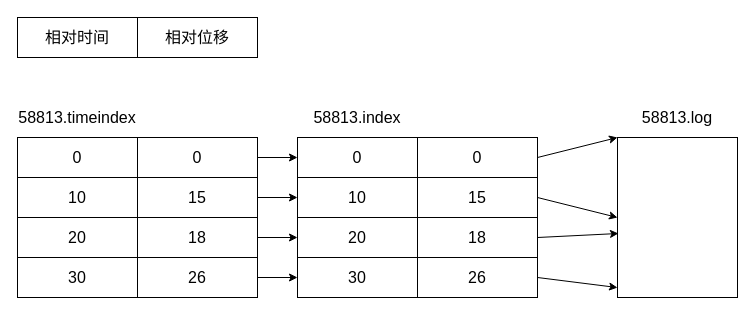
Earlier version of the draw.io diagram kafka/kafka_manager/kafka_10.drawio (lanzhiwang/strimzi-0.18.0). Source tidied: cells renumbered, new cells numbered last; positions are measured from the earlier drawing's top-left corner, leaving out a move shared by most shapes. Both pictures are drawn from the tidied source at 100%, with x=0, y=0 at pixel (17, 17).
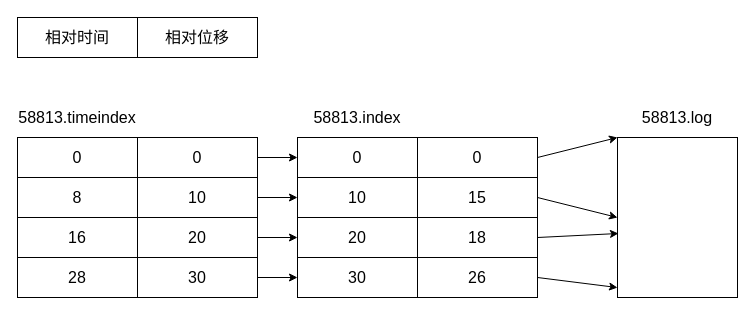
The same page after the edit.

The edit, as a diff of the source:
```diff
@@
-    <mxCell id="21" value="&lt;font style=&quot;font-size: 16px&quot;&gt;10&lt;/font&gt;" style="rounded=0;whiteSpace=wrap;html=1;" parent="1" vertex="1">
+    <mxCell id="21" value="&lt;font style=&quot;font-size: 16px&quot;&gt;8&lt;/font&gt;" style="rounded=0;whiteSpace=wrap;html=1;" parent="1" vertex="1">
       <mxGeometry y="160" width="120" height="40" as="geometry" />
     </mxCell>
-    <mxCell id="22" value="&lt;font style=&quot;font-size: 16px&quot;&gt;20&lt;/font&gt;" style="rounded=0;whiteSpace=wrap;html=1;" parent="1" vertex="1">
+    <mxCell id="22" value="&lt;font style=&quot;font-size: 16px&quot;&gt;16&lt;/font&gt;" style="rounded=0;whiteSpace=wrap;html=1;" parent="1" vertex="1">
       <mxGeometry y="200" width="120" height="40" as="geometry" />
     </mxCell>
-    <mxCell id="23" value="&lt;font style=&quot;font-size: 16px&quot;&gt;30&lt;/font&gt;" style="rounded=0;whiteSpace=wrap;html=1;" parent="1" vertex="1">
+    <mxCell id="23" value="&lt;font style=&quot;font-size: 16px&quot;&gt;28&lt;/font&gt;" style="rounded=0;whiteSpace=wrap;html=1;" parent="1" vertex="1">
       <mxGeometry y="240" width="120" height="40" as="geometry" />
     </mxCell>
@@
-    <mxCell id="27" value="&lt;font style=&quot;font-size: 16px&quot;&gt;15&lt;/font&gt;" style="rounded=0;whiteSpace=wrap;html=1;" parent="1" vertex="1">
+    <mxCell id="27" value="&lt;font style=&quot;font-size: 16px&quot;&gt;10&lt;/font&gt;" style="rounded=0;whiteSpace=wrap;html=1;" parent="1" vertex="1">
       <mxGeometry x="120" y="160" width="120" height="40" as="geometry" />
     </mxCell>
@@
-    <mxCell id="29" value="&lt;font style=&quot;font-size: 16px&quot;&gt;18&lt;/font&gt;" style="rounded=0;whiteSpace=wrap;html=1;" parent="1" vertex="1">
+    <mxCell id="29" value="&lt;font style=&quot;font-size: 16px&quot;&gt;20&lt;/font&gt;" style="rounded=0;whiteSpace=wrap;html=1;" parent="1" vertex="1">
       <mxGeometry x="120" y="200" width="120" height="40" as="geometry" />
     </mxCell>
@@
-    <mxCell id="31" value="&lt;font style=&quot;font-size: 16px&quot;&gt;26&lt;/font&gt;" style="rounded=0;whiteSpace=wrap;html=1;" parent="1" vertex="1">
+    <mxCell id="31" value="&lt;font style=&quot;font-size: 16px&quot;&gt;30&lt;/font&gt;" style="rounded=0;whiteSpace=wrap;html=1;" parent="1" vertex="1">
       <mxGeometry x="120" y="240" width="120" height="40" as="geometry" />
     </mxCell>
```
